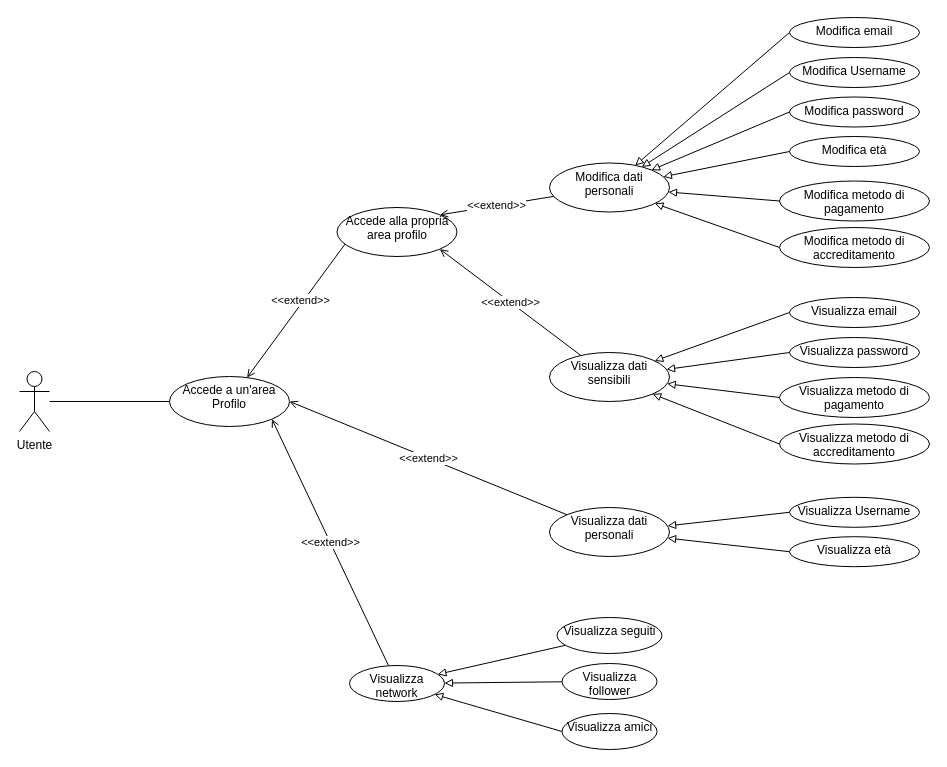
Before: UseCase/RF04_Profilo/Profilo.drawio in 4spot-team/documentation, a draw.io diagram. Source tidied: cells renumbered, new cells numbered last; positions are measured from the earlier drawing's top-left corner, leaving out a move shared by most shapes. Both pictures are drawn from the tidied source at 100%, with x=0, y=0 at pixel (19, 17).
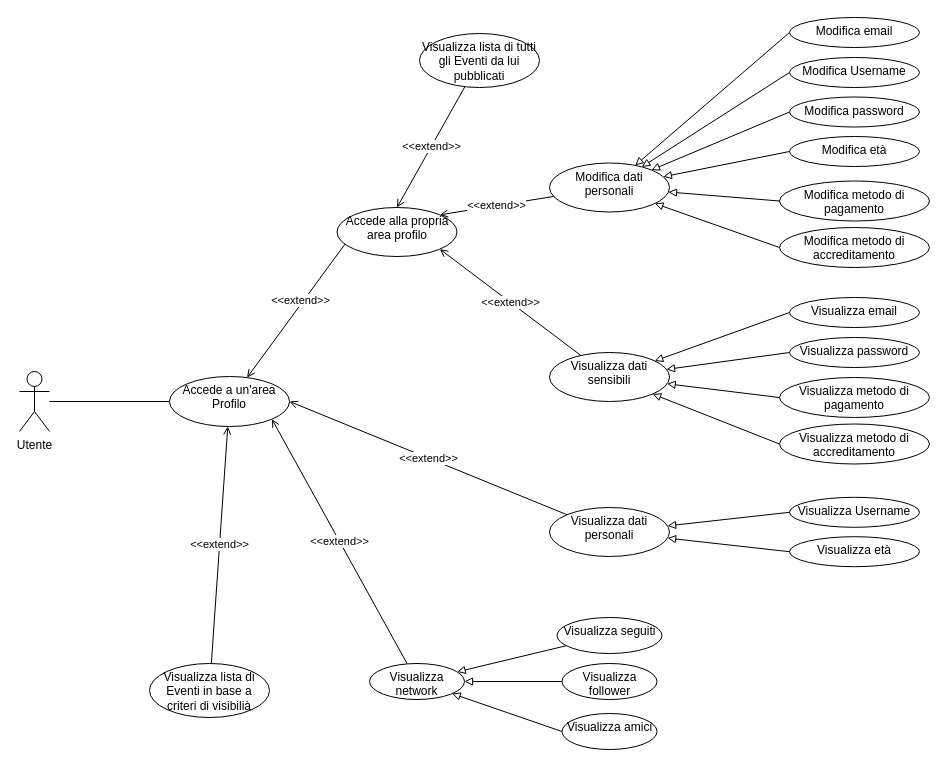
Above is the later version.

Unchanged cells that the change refers to:
```xml
<mxCell id="6" value="Accede a un'area Profilo" style="ellipse;whiteSpace=wrap;html=1;verticalAlign=top;" parent="1" vertex="1">
  <mxGeometry x="150" y="359" width="120" height="50" as="geometry" />
</mxCell>
<mxCell id="19" value="Accede alla propria area profilo" style="ellipse;whiteSpace=wrap;html=1;verticalAlign=top;" parent="1" vertex="1">
  <mxGeometry x="317.5" y="190" width="120" height="49" as="geometry" />
</mxCell>
```

The edit, as a diff of the source:
```diff
@@
+    <mxCell id="46" value="&amp;lt;&amp;lt;extend&amp;gt;&amp;gt;" style="edgeStyle=none;rounded=0;jettySize=auto;html=1;endArrow=open;endFill=0;" parent="1" edge="1" source="47" target="6">
+      <mxGeometry relative="1" as="geometry" />
+    </mxCell>
@@
     <mxCell id="15" value="Visualizza network" style="ellipse;whiteSpace=wrap;html=1;verticalAlign=top;" parent="1" vertex="1">
-      <mxGeometry x="330" y="648" width="95" height="36" as="geometry" />
+      <mxGeometry x="350" y="646" width="95" height="36" as="geometry" />
     </mxCell>
@@
+    <mxCell id="47" value="Visualizza lista di Eventi in base a criteri di visibilià" style="ellipse;whiteSpace=wrap;html=1;verticalAlign=top;" parent="1" vertex="1">
+      <mxGeometry x="130" y="646" width="120" height="54" as="geometry" />
+    </mxCell>
+    <mxCell id="48" value="&amp;lt;&amp;lt;extend&amp;gt;&amp;gt;" style="rounded=0;jettySize=auto;html=1;entryX=0.5;entryY=0;entryDx=0;entryDy=0;endArrow=open;endFill=0;" parent="1" edge="1" source="49" target="19">
+      <mxGeometry relative="1" as="geometry" />
+    </mxCell>
+    <mxCell id="49" value="Visualizza lista di tutti gli Eventi da lui pubblicati" style="ellipse;whiteSpace=wrap;html=1;verticalAlign=top;" parent="1" vertex="1">
+      <mxGeometry x="400" y="16" width="120" height="54" as="geometry" />
+    </mxCell>
```
